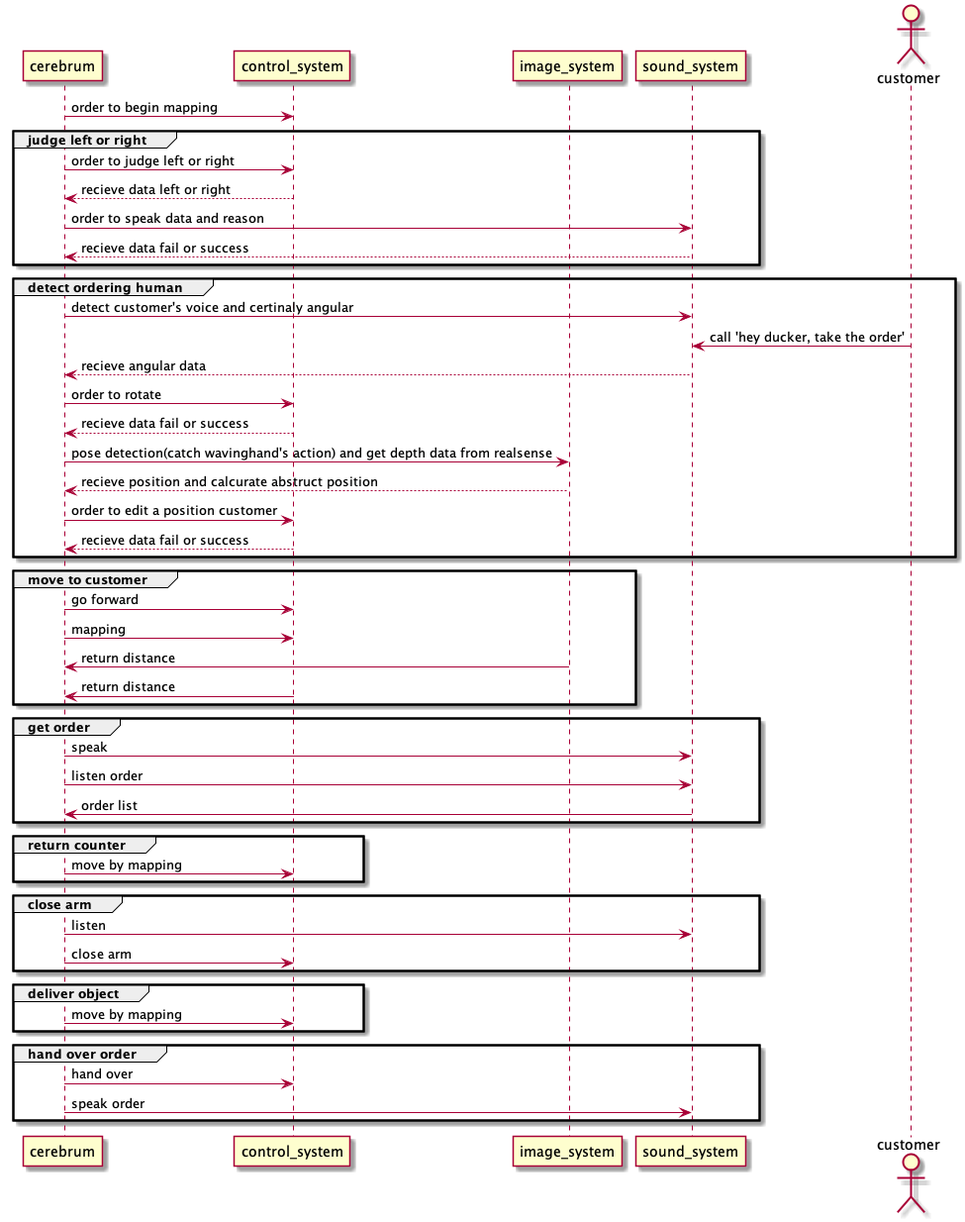
Earlier version of the PlantUML export restaurant.png (rionehome/ros_restaurant). Its diagram source:
```plantuml
@startuml

participant cerebrum
participant control_system
participant image_system
participant sound_system
actor customer


cerebrum -> control_system: order to begin mapping

group judge left or right
    cerebrum -> control_system: order to judge left or right
    control_system --> cerebrum: recieve data left or right
    cerebrum -> sound_system: order to speak data and reason
    sound_system --> cerebrum: recieve data fail or success
end


group detect ordering human
    cerebrum -> sound_system: detect customer's voice and certinaly angular
    customer -> sound_system: call 'hey ducker, take the order'
    sound_system --> cerebrum: recieve angular data
    cerebrum -> control_system: order to rotate
    control_system --> cerebrum: recieve data fail or success
    cerebrum -> image_system: pose detection(catch wavinghand's action) and get depth data from realsense
    image_system --> cerebrum: recieve position and calcurate abstruct position
    cerebrum -> control_system: order to edit a position customer
    control_system --> cerebrum: recieve data fail or success
end


group move to customer
    cerebrum -> control_system: go forward
    cerebrum -> control_system: mapping
    image_system -> cerebrum: return distance
    control_system -> cerebrum: return distance
end


group get order
    cerebrum -> sound_system: speak
    cerebrum -> sound_system: listen order
    sound_system -> cerebrum: order list
end


group return counter
    cerebrum -> control_system :move by mapping
end


group close arm
    cerebrum ->sound_system : listen
    cerebrum ->control_system : close arm
end


group deliver object
    cerebrum -> control_system :move by mapping
end


group hand over order
    cerebrum -> control_system : hand over
    cerebrum -> sound_system : speak order
end


@enduml
```
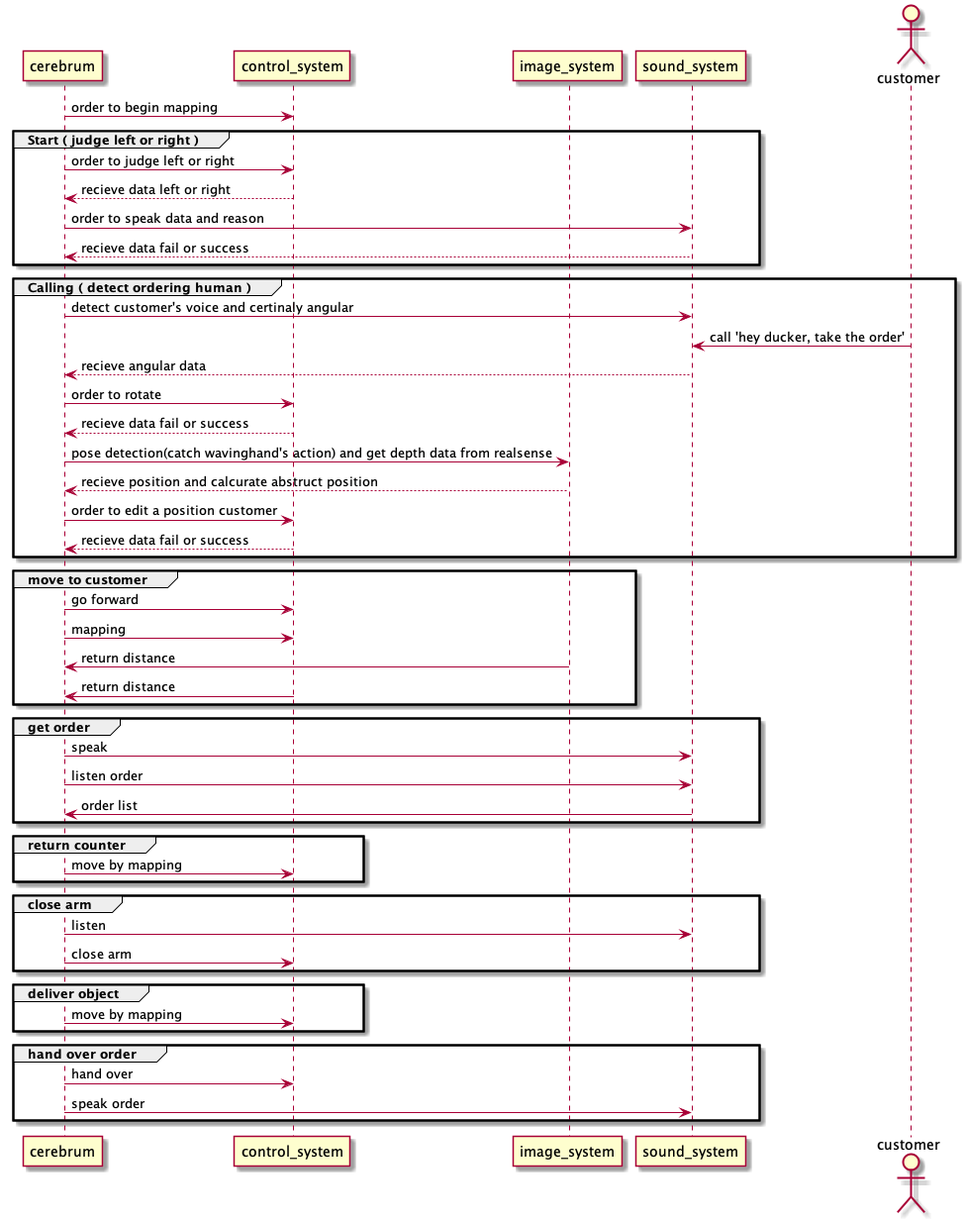
After the commit.

The edit, as a diff of the source:
```diff
@@ -9,7 +9,7 @@
 
 cerebrum -> control_system: order to begin mapping
 
-group judge left or right
+group Start ( judge left or right )
     cerebrum -> control_system: order to judge left or right
     control_system --> cerebrum: recieve data left or right
     cerebrum -> sound_system: order to speak data and reason
@@ -17,7 +17,7 @@
 end
 
 
-group detect ordering human
+group Calling ( detect ordering human )
     cerebrum -> sound_system: detect customer's voice and certinaly angular
     customer -> sound_system: call 'hey ducker, take the order'
     sound_system --> cerebrum: recieve angular data
```
